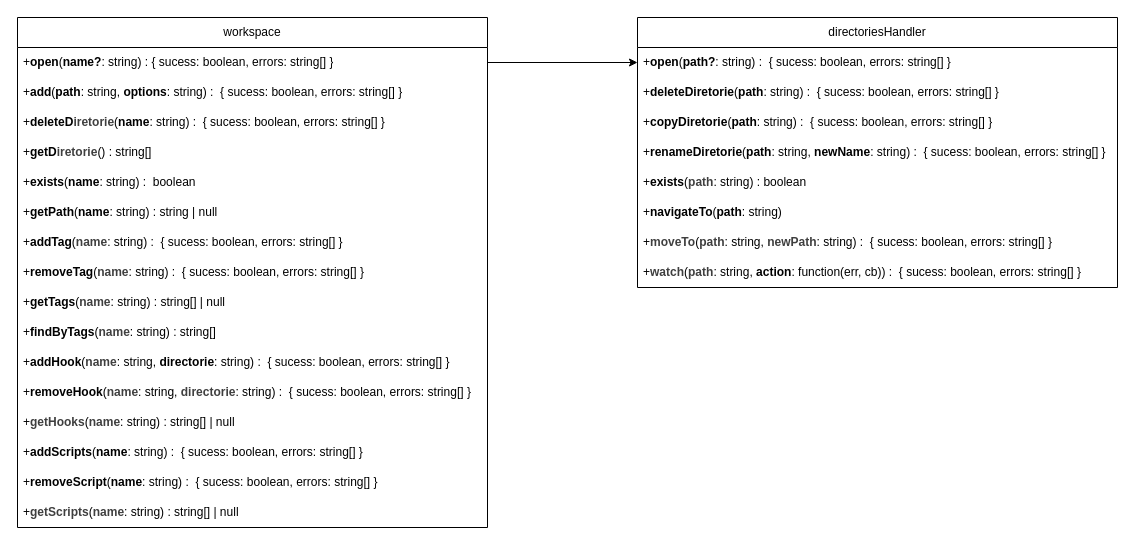
Before: docs/draws.dio in LucasTrino/pjt, a draw.io diagram. Source tidied: cells renumbered, new cells numbered last; positions are measured from the earlier drawing's top-left corner, leaving out a move shared by most shapes. Both pictures are drawn from the tidied source at 100%, with x=0, y=0 at pixel (17, 17).
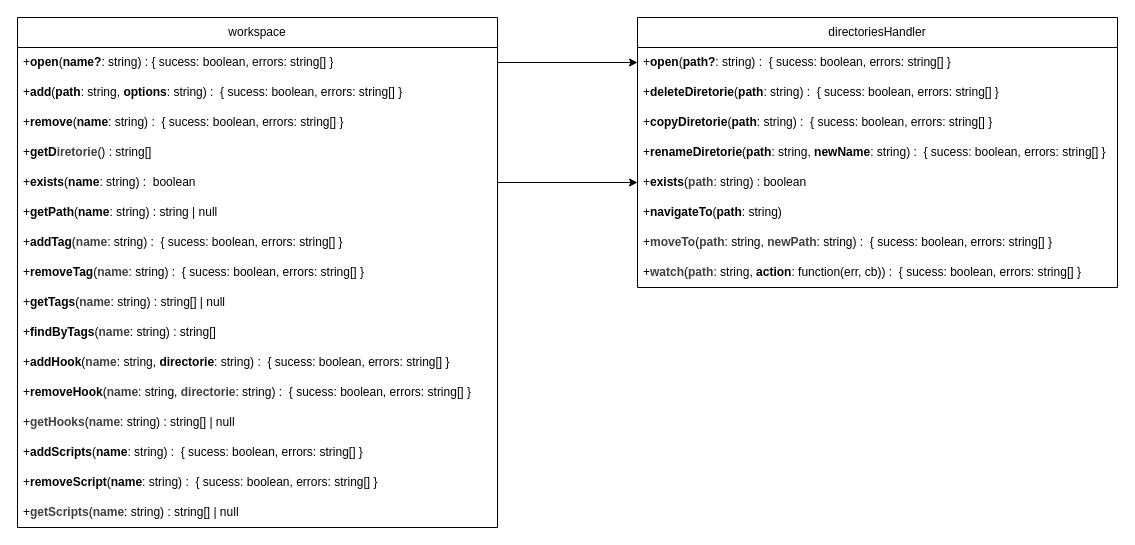
After the change.

The change refers to these unchanged cells:
```xml
<mxCell id="24" value="&lt;span style=&quot;color: rgb(0, 0, 0);&quot;&gt;+&lt;b&gt;exists&lt;/b&gt;(&lt;/span&gt;&lt;b style=&quot;color: rgb(63, 63, 63); scrollbar-color: rgb(226, 226, 226) rgb(251, 251, 251);&quot;&gt;path&lt;/b&gt;&lt;span style=&quot;color: rgb(0, 0, 0);&quot;&gt;: string&lt;/span&gt;&lt;span style=&quot;color: rgb(0, 0, 0);&quot;&gt;)&amp;nbsp;&lt;/span&gt;&lt;span style=&quot;scrollbar-color: rgb(226, 226, 226) rgb(251, 251, 251); color: rgb(0, 0, 0);&quot;&gt;: boolean&lt;/span&gt;" style="text;strokeColor=none;fillColor=none;align=left;verticalAlign=middle;spacingLeft=4;spacingRight=4;overflow=hidden;points=[[0,0.5],[1,0.5]];portConstraint=eastwest;whiteSpace=wrap;html=1;" parent="19" vertex="1">
  <mxGeometry y="150" width="480" height="30" as="geometry" />
</mxCell>
```

What changed in the source:
```diff
@@
     <mxCell id="2" value="workspace" style="swimlane;fontStyle=0;horizontal=1;startSize=30;whiteSpace=wrap;html=1;" parent="1" vertex="1">
-      <mxGeometry width="470" height="510" as="geometry" />
+      <mxGeometry width="480" height="510" as="geometry" />
     </mxCell>
     <mxCell id="3" value="+&lt;b&gt;open&lt;/b&gt;(&lt;b&gt;name?&lt;/b&gt;: string) : { sucess: boolean, errors: string[] }" style="text;strokeColor=none;fillColor=none;align=left;verticalAlign=middle;spacingLeft=4;spacingRight=4;overflow=hidden;points=[[0,0.5],[1,0.5]];portConstraint=eastwest;whiteSpace=wrap;html=1;" parent="2" vertex="1">
-      <mxGeometry y="30" width="470" height="30" as="geometry" />
+      <mxGeometry y="30" width="480" height="30" as="geometry" />
     </mxCell>
     <mxCell id="4" value="+&lt;b&gt;add&lt;/b&gt;(&lt;b&gt;path&lt;/b&gt;: string, &lt;b&gt;options&lt;/b&gt;: string) :&amp;nbsp;&lt;span style=&quot;color: rgb(0, 0, 0);&quot;&gt;&amp;nbsp;{ sucess: boolean, errors: string[] }&lt;/span&gt;" style="text;strokeColor=none;fillColor=none;align=left;verticalAlign=middle;spacingLeft=4;spacingRight=4;overflow=hidden;whiteSpace=wrap;html=1;" parent="2" vertex="1">
-      <mxGeometry y="60" width="470" height="30" as="geometry" />
+      <mxGeometry y="60" width="480" height="30" as="geometry" />
     </mxCell>
-    <mxCell id="5" value="+&lt;b&gt;deleteD&lt;/b&gt;&lt;b style=&quot;color: rgb(63, 63, 63); scrollbar-color: rgb(226, 226, 226) rgb(251, 251, 251);&quot;&gt;iretorie&lt;/b&gt;(&lt;b&gt;name&lt;/b&gt;: string) :&amp;nbsp;&lt;span style=&quot;color: rgb(0, 0, 0);&quot;&gt;&amp;nbsp;{ sucess: boolean, errors: string[] }&lt;/span&gt;" style="text;strokeColor=none;fillColor=none;align=left;verticalAlign=middle;spacingLeft=4;spacingRight=4;overflow=hidden;whiteSpace=wrap;html=1;" parent="2" vertex="1">
-      <mxGeometry y="90" width="470" height="30" as="geometry" />
+    <mxCell id="5" value="+&lt;b&gt;remove&lt;/b&gt;(&lt;b&gt;name&lt;/b&gt;: string) :&amp;nbsp;&lt;span style=&quot;color: rgb(0, 0, 0);&quot;&gt;&amp;nbsp;{ sucess: boolean, errors: string[] }&lt;/span&gt;" style="text;strokeColor=none;fillColor=none;align=left;verticalAlign=middle;spacingLeft=4;spacingRight=4;overflow=hidden;whiteSpace=wrap;html=1;" parent="2" vertex="1">
+      <mxGeometry y="90" width="480" height="30" as="geometry" />
     </mxCell>
     <mxCell id="6" value="&lt;span style=&quot;color: rgb(0, 0, 0);&quot;&gt;+&lt;b&gt;getD&lt;/b&gt;&lt;b style=&quot;color: rgb(63, 63, 63); scrollbar-color: rgb(226, 226, 226) rgb(251, 251, 251);&quot;&gt;iretorie&lt;/b&gt;() : string[]&lt;/span&gt;" style="text;strokeColor=none;fillColor=none;align=left;verticalAlign=middle;spacingLeft=4;spacingRight=4;overflow=hidden;whiteSpace=wrap;html=1;" parent="2" vertex="1">
-      <mxGeometry y="120" width="470" height="30" as="geometry" />
+      <mxGeometry y="120" width="480" height="30" as="geometry" />
     </mxCell>
     <mxCell id="7" value="&lt;span style=&quot;color: rgb(0, 0, 0);&quot;&gt;+&lt;b&gt;exists&lt;/b&gt;(&lt;b&gt;name&lt;/b&gt;: string&lt;/span&gt;&lt;span style=&quot;color: rgb(0, 0, 0);&quot;&gt;)&amp;nbsp;&lt;/span&gt;&lt;span style=&quot;scrollbar-color: rgb(226, 226, 226) rgb(251, 251, 251); color: rgb(0, 0, 0);&quot;&gt;:&amp;nbsp;&lt;/span&gt;&lt;span style=&quot;color: rgb(0, 0, 0);&quot;&gt;&amp;nbsp;boolean&lt;/span&gt;" style="text;strokeColor=none;fillColor=none;align=left;verticalAlign=middle;spacingLeft=4;spacingRight=4;overflow=hidden;points=[[0,0.5],[1,0.5]];portConstraint=eastwest;whiteSpace=wrap;html=1;" parent="2" vertex="1">
-      <mxGeometry y="150" width="470" height="30" as="geometry" />
+      <mxGeometry y="150" width="480" height="30" as="geometry" />
     </mxCell>
     <mxCell id="8" value="+&lt;b&gt;getPath&lt;/b&gt;(&lt;b&gt;name&lt;/b&gt;: string) : string | null" style="text;strokeColor=none;fillColor=none;align=left;verticalAlign=middle;spacingLeft=4;spacingRight=4;overflow=hidden;whiteSpace=wrap;html=1;" parent="2" vertex="1">
-      <mxGeometry y="180" width="470" height="30" as="geometry" />
+      <mxGeometry y="180" width="480" height="30" as="geometry" />
     </mxCell>
     <mxCell id="9" value="+&lt;b&gt;addTag&lt;/b&gt;(&lt;b style=&quot;color: rgb(63, 63, 63); scrollbar-color: rgb(226, 226, 226) rgb(251, 251, 251);&quot;&gt;name&lt;/b&gt;: string) :&amp;nbsp;&lt;span style=&quot;color: rgb(0, 0, 0);&quot;&gt;&amp;nbsp;{ sucess: boolean, errors: string[] }&lt;/span&gt;" style="text;strokeColor=none;fillColor=none;align=left;verticalAlign=middle;spacingLeft=4;spacingRight=4;overflow=hidden;whiteSpace=wrap;html=1;" parent="2" vertex="1">
-      <mxGeometry y="210" width="470" height="30" as="geometry" />
+      <mxGeometry y="210" width="480" height="30" as="geometry" />
     </mxCell>
     <mxCell id="10" value="+&lt;b&gt;removeTag&lt;/b&gt;(&lt;b style=&quot;color: rgb(63, 63, 63); scrollbar-color: rgb(226, 226, 226) rgb(251, 251, 251);&quot;&gt;name&lt;/b&gt;: string) :&amp;nbsp;&lt;span style=&quot;color: rgb(0, 0, 0);&quot;&gt;&amp;nbsp;{ sucess: boolean, errors: string[] }&lt;/span&gt;" style="text;strokeColor=none;fillColor=none;align=left;verticalAlign=middle;spacingLeft=4;spacingRight=4;overflow=hidden;whiteSpace=wrap;html=1;" parent="2" vertex="1">
-      <mxGeometry y="240" width="470" height="30" as="geometry" />
+      <mxGeometry y="240" width="480" height="30" as="geometry" />
     </mxCell>
     <mxCell id="11" value="+&lt;b&gt;getTags&lt;/b&gt;(&lt;b style=&quot;color: rgb(63, 63, 63); scrollbar-color: rgb(226, 226, 226) rgb(251, 251, 251);&quot;&gt;name&lt;/b&gt;: string) : string[] | null" style="text;strokeColor=none;fillColor=none;align=left;verticalAlign=middle;spacingLeft=4;spacingRight=4;overflow=hidden;whiteSpace=wrap;html=1;" parent="2" vertex="1">
-      <mxGeometry y="270" width="470" height="30" as="geometry" />
+      <mxGeometry y="270" width="480" height="30" as="geometry" />
     </mxCell>
     <mxCell id="12" value="+&lt;b&gt;findByTags&lt;/b&gt;(&lt;b style=&quot;color: rgb(63, 63, 63); scrollbar-color: rgb(226, 226, 226) rgb(251, 251, 251);&quot;&gt;name&lt;/b&gt;: string) :&amp;nbsp;&lt;span style=&quot;color: rgb(0, 0, 0);&quot;&gt;string[]&lt;/span&gt;" style="text;strokeColor=none;fillColor=none;align=left;verticalAlign=middle;spacingLeft=4;spacingRight=4;overflow=hidden;whiteSpace=wrap;html=1;" parent="2" vertex="1">
-      <mxGeometry y="300" width="470" height="30" as="geometry" />
+      <mxGeometry y="300" width="480" height="30" as="geometry" />
     </mxCell>
     <mxCell id="13" value="+&lt;b&gt;addHook&lt;/b&gt;(&lt;b style=&quot;color: rgb(63, 63, 63); scrollbar-color: rgb(226, 226, 226) rgb(251, 251, 251);&quot;&gt;name&lt;/b&gt;: string, &lt;b&gt;directorie&lt;/b&gt;: string) :&amp;nbsp;&lt;span style=&quot;color: rgb(0, 0, 0);&quot;&gt;&amp;nbsp;{ sucess: boolean, errors: string[] }&lt;/span&gt;" style="text;strokeColor=none;fillColor=none;align=left;verticalAlign=middle;spacingLeft=4;spacingRight=4;overflow=hidden;whiteSpace=wrap;html=1;" parent="2" vertex="1">
-      <mxGeometry y="330" width="470" height="30" as="geometry" />
+      <mxGeometry y="330" width="480" height="30" as="geometry" />
     </mxCell>
     <mxCell id="14" value="+&lt;b&gt;removeHook&lt;/b&gt;(&lt;b style=&quot;scrollbar-color: rgb(226, 226, 226) rgb(251, 251, 251); color: rgb(63, 63, 63);&quot;&gt;name&lt;/b&gt;&lt;span style=&quot;color: rgb(0, 0, 0);&quot;&gt;: string,&amp;nbsp;&lt;/span&gt;&lt;b style=&quot;color: rgb(63, 63, 63); scrollbar-color: rgb(226, 226, 226) rgb(251, 251, 251);&quot;&gt;directorie&lt;/b&gt;&lt;span style=&quot;color: rgb(0, 0, 0);&quot;&gt;: string&lt;/span&gt;) :&amp;nbsp;&lt;span style=&quot;color: rgb(0, 0, 0);&quot;&gt;&amp;nbsp;{ sucess: boolean, errors: string[] }&lt;/span&gt;" style="text;strokeColor=none;fillColor=none;align=left;verticalAlign=middle;spacingLeft=4;spacingRight=4;overflow=hidden;whiteSpace=wrap;html=1;" parent="2" vertex="1">
-      <mxGeometry y="360" width="470" height="30" as="geometry" />
+      <mxGeometry y="360" width="480" height="30" as="geometry" />
     </mxCell>
     <mxCell id="15" value="&lt;span style=&quot;color: rgb(0, 0, 0);&quot;&gt;+&lt;/span&gt;&lt;b style=&quot;color: rgb(63, 63, 63); scrollbar-color: rgb(226, 226, 226) rgb(251, 251, 251);&quot;&gt;getHooks&lt;/b&gt;&lt;span style=&quot;color: rgb(0, 0, 0);&quot;&gt;(&lt;/span&gt;&lt;b style=&quot;color: rgb(63, 63, 63); scrollbar-color: rgb(226, 226, 226) rgb(251, 251, 251);&quot;&gt;name&lt;/b&gt;&lt;span style=&quot;color: rgb(0, 0, 0);&quot;&gt;: string) : string[] | null&lt;/span&gt;" style="text;strokeColor=none;fillColor=none;align=left;verticalAlign=middle;spacingLeft=4;spacingRight=4;overflow=hidden;whiteSpace=wrap;html=1;" parent="2" vertex="1">
-      <mxGeometry y="390" width="470" height="30" as="geometry" />
+      <mxGeometry y="390" width="480" height="30" as="geometry" />
     </mxCell>
     <mxCell id="16" value="+&lt;b&gt;addScripts&lt;/b&gt;(&lt;b&gt;name&lt;/b&gt;: string) :&amp;nbsp;&lt;span style=&quot;color: rgb(0, 0, 0);&quot;&gt;&amp;nbsp;{ sucess: boolean, errors: string[] }&lt;/span&gt;" style="text;strokeColor=none;fillColor=none;align=left;verticalAlign=middle;spacingLeft=4;spacingRight=4;overflow=hidden;whiteSpace=wrap;html=1;" parent="2" vertex="1">
-      <mxGeometry y="420" width="470" height="30" as="geometry" />
+      <mxGeometry y="420" width="480" height="30" as="geometry" />
     </mxCell>
     <mxCell id="17" value="+&lt;b&gt;removeScript&lt;/b&gt;(&lt;b&gt;name&lt;/b&gt;: string) :&amp;nbsp;&lt;span style=&quot;color: rgb(0, 0, 0);&quot;&gt;&amp;nbsp;{ sucess: boolean, errors: string[] }&lt;/span&gt;" style="text;strokeColor=none;fillColor=none;align=left;verticalAlign=middle;spacingLeft=4;spacingRight=4;overflow=hidden;whiteSpace=wrap;html=1;" parent="2" vertex="1">
-      <mxGeometry y="450" width="470" height="30" as="geometry" />
+      <mxGeometry y="450" width="480" height="30" as="geometry" />
     </mxCell>
     <mxCell id="18" value="&lt;span style=&quot;color: rgb(0, 0, 0);&quot;&gt;+&lt;/span&gt;&lt;b style=&quot;color: rgb(63, 63, 63); scrollbar-color: rgb(226, 226, 226) rgb(251, 251, 251);&quot;&gt;getScripts&lt;/b&gt;&lt;span style=&quot;color: rgb(0, 0, 0);&quot;&gt;(&lt;/span&gt;&lt;b style=&quot;color: rgb(63, 63, 63); scrollbar-color: rgb(226, 226, 226) rgb(251, 251, 251);&quot;&gt;name&lt;/b&gt;&lt;span style=&quot;color: rgb(0, 0, 0);&quot;&gt;: string) : string[] | null&lt;/span&gt;" style="text;strokeColor=none;fillColor=none;align=left;verticalAlign=middle;spacingLeft=4;spacingRight=4;overflow=hidden;whiteSpace=wrap;html=1;" parent="2" vertex="1">
-      <mxGeometry y="480" width="470" height="30" as="geometry" />
+      <mxGeometry y="480" width="480" height="30" as="geometry" />
     </mxCell>
@@
+    <mxCell id="29" style="edgeStyle=none;html=1;" parent="1" edge="1" source="7" target="24">
+      <mxGeometry relative="1" as="geometry" />
+    </mxCell>
```
